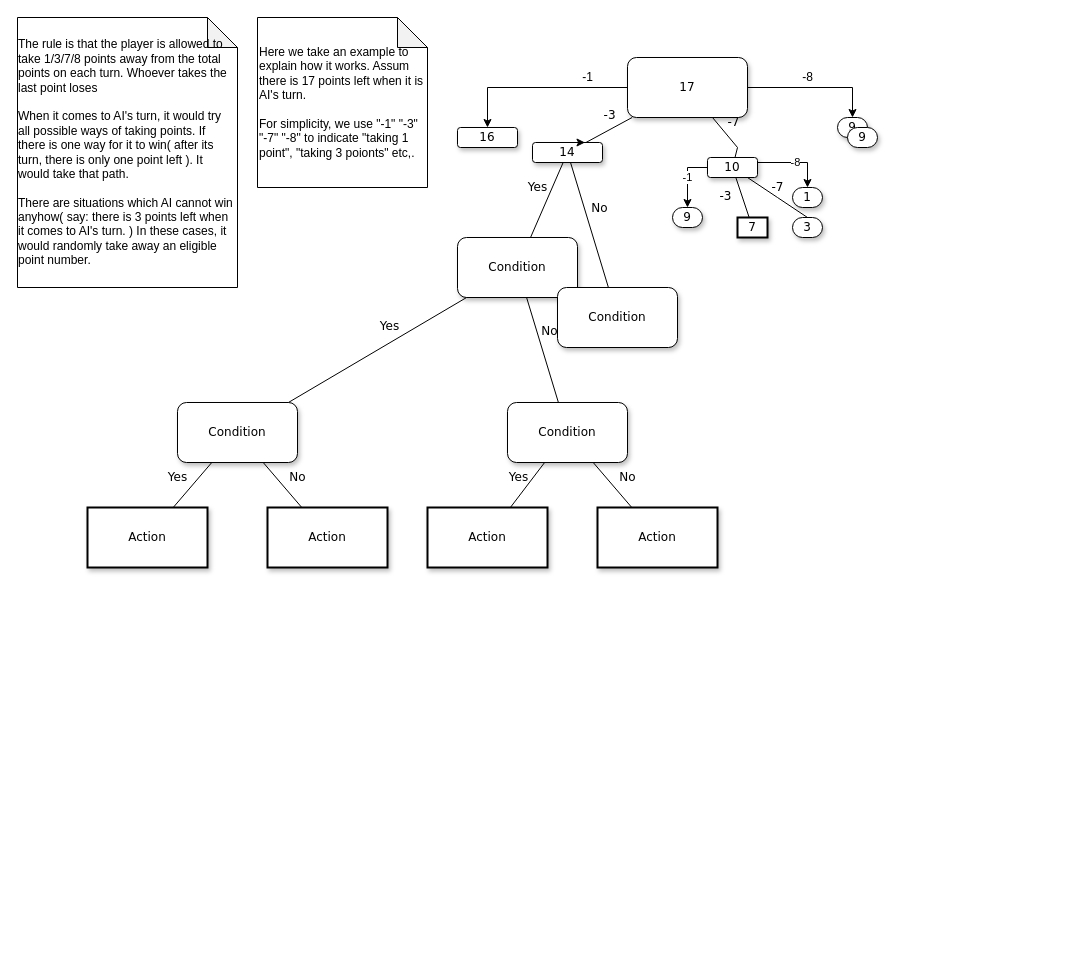
Above: Untitled Diagram.drawio in SabrinaWong0105/AI_minMax (draw.io), before the change. Source tidied: cells renumbered, new cells numbered last; positions are measured from the earlier drawing's top-left corner, leaving out a move shared by most shapes. Both pictures are drawn from the tidied source at 100%, with x=0, y=0 at pixel (17, 17).
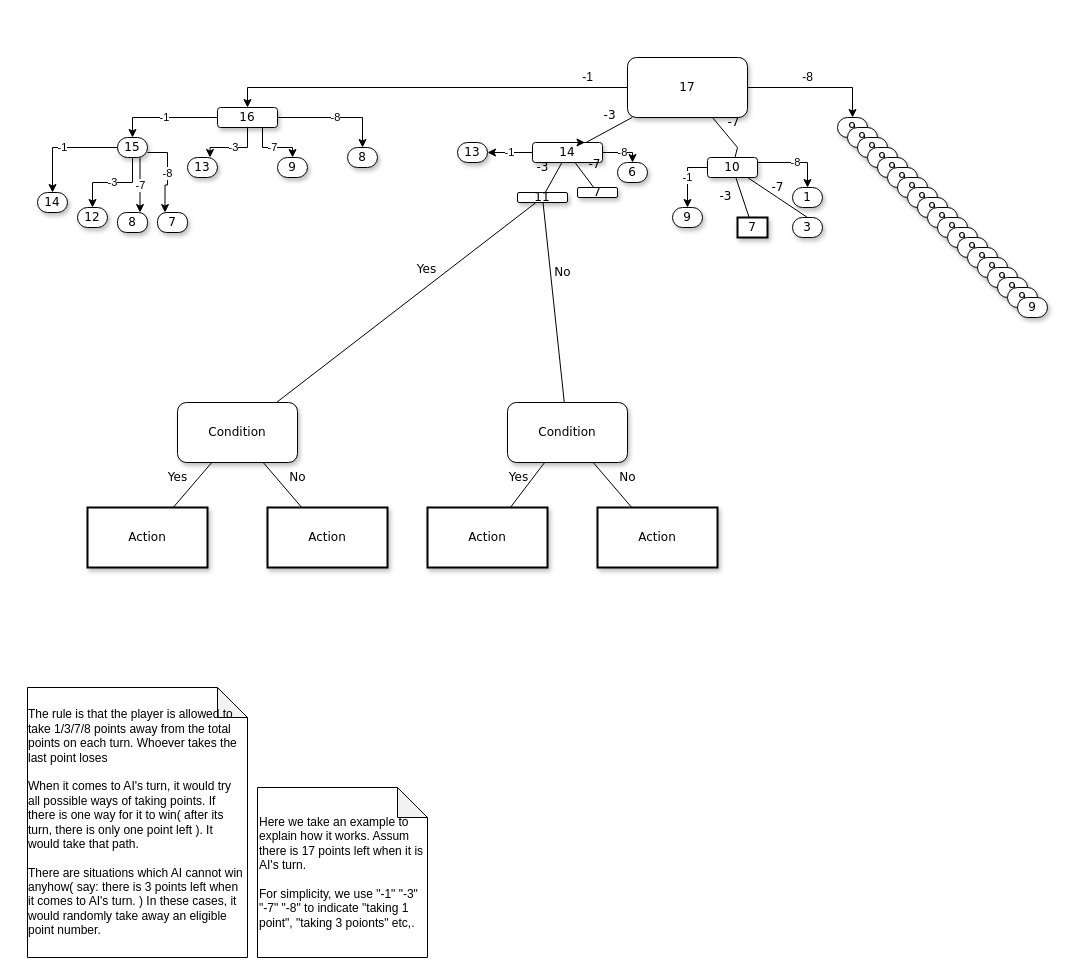
After the change.

Commit message:
part of a layer

Unchanged cells that the change refers to:
```xml
<mxCell id="5" value="&lt;span&gt;14&lt;/span&gt;" style="whiteSpace=wrap;html=1;rounded=1;shadow=1;labelBackgroundColor=none;strokeWidth=1;fontFamily=Verdana;fontSize=12;align=center;" parent="1" vertex="1">
  <mxGeometry x="515" y="125" width="70" height="20" as="geometry" />
</mxCell>
```

What changed in the source:
```diff
@@
+    <mxCell id="41" value="-8" style="edgeStyle=orthogonalEdgeStyle;rounded=0;jettySize=auto;html=1;exitX=1;exitY=0.5;exitDx=0;exitDy=0;entryX=0.5;entryY=0;entryDx=0;entryDy=0;" parent="1" edge="1" source="5" target="37">
+      <mxGeometry relative="1" as="geometry" />
+    </mxCell>
+    <mxCell id="42" value="-1" style="edgeStyle=orthogonalEdgeStyle;rounded=0;jettySize=auto;html=1;exitX=0;exitY=0.5;exitDx=0;exitDy=0;" parent="1" edge="1" source="5" target="59">
+      <mxGeometry relative="1" as="geometry" />
+    </mxCell>
@@
-    <mxCell id="11" value="&lt;span&gt;Condition&lt;/span&gt;" style="whiteSpace=wrap;html=1;rounded=1;shadow=1;labelBackgroundColor=none;strokeWidth=1;fontFamily=Verdana;fontSize=12;align=center;" parent="1" vertex="1">
-      <mxGeometry x="440" y="220" width="120" height="60" as="geometry" />
+    <mxCell id="11" value="&lt;span&gt;11&lt;/span&gt;" style="whiteSpace=wrap;html=1;rounded=1;shadow=1;labelBackgroundColor=none;strokeWidth=1;fontFamily=Verdana;fontSize=12;align=center;" parent="1" vertex="1">
+      <mxGeometry x="500" y="175" width="50" height="10" as="geometry" />
     </mxCell>
-    <mxCell id="12" value="&lt;span&gt;Condition&lt;/span&gt;" style="whiteSpace=wrap;html=1;rounded=1;shadow=1;labelBackgroundColor=none;strokeWidth=1;fontFamily=Verdana;fontSize=12;align=center;" parent="1" vertex="1">
-      <mxGeometry x="540" y="270" width="120" height="60" as="geometry" />
+    <mxCell id="12" value="&lt;span&gt;7&lt;/span&gt;" style="whiteSpace=wrap;html=1;rounded=1;shadow=1;labelBackgroundColor=none;strokeWidth=1;fontFamily=Verdana;fontSize=12;align=center;" parent="1" vertex="1">
+      <mxGeometry x="560" y="170" width="40" height="10" as="geometry" />
     </mxCell>
@@
-    <mxCell id="16" value="Yes" style="rounded=0;html=1;labelBackgroundColor=none;startArrow=none;startFill=0;startSize=5;endArrow=none;endFill=0;endSize=5;jettySize=auto;strokeWidth=1;fontFamily=Verdana;fontSize=12;" parent="1" edge="1" source="5" target="11">
+    <mxCell id="16" value="-3" style="rounded=0;html=1;labelBackgroundColor=none;startArrow=none;startFill=0;startSize=5;endArrow=none;endFill=0;endSize=5;jettySize=auto;strokeWidth=1;fontFamily=Verdana;fontSize=12;" parent="1" edge="1" source="5" target="11">
       <mxGeometry x="-0.2" y="-14" relative="1" as="geometry" />
     </mxCell>
-    <mxCell id="17" value="No" style="rounded=0;html=1;labelBackgroundColor=none;startArrow=none;startFill=0;startSize=5;endArrow=none;endFill=0;endSize=5;jettySize=auto;strokeWidth=1;fontFamily=Verdana;fontSize=12;" parent="1" edge="1" source="5" target="12">
+    <mxCell id="17" value="-7" style="rounded=0;html=1;labelBackgroundColor=none;startArrow=none;startFill=0;startSize=5;endArrow=none;endFill=0;endSize=5;jettySize=auto;strokeWidth=1;fontFamily=Verdana;fontSize=12;" parent="1" edge="1" source="5" target="12">
       <mxGeometry x="-0.2" y="14" relative="1" as="geometry" />
     </mxCell>
@@
     <mxCell id="30" value="&lt;div style=&quot;text-align: left;&quot;&gt;&lt;span style=&quot;background-color: initial;&quot;&gt;The rule is that the player is allowed to take 1/3/7/8 points away from the total points on each turn. Whoever takes the last point loses&lt;br&gt;&lt;br&gt;When it comes to AI's turn, it would try all possible ways of taking points. If there is one way for it to win( after its turn, there is only one point left ). It would take that path.&lt;br&gt;&lt;br&gt;There are situations which AI cannot win anyhow( say: there is 3 points left when it comes to AI's turn. ) In these cases, it would randomly take away an eligible point number.&amp;nbsp;&lt;/span&gt;&lt;/div&gt;" style="shape=note;whiteSpace=wrap;html=1;backgroundOutline=1;darkOpacity=0.05;" parent="1" vertex="1">
-      <mxGeometry width="220" height="270" as="geometry" />
+      <mxGeometry x="10" y="670" width="220" height="270" as="geometry" />
     </mxCell>
     <mxCell id="31" value="Here we take an example to explain how it works. Assum there is 17 points left when it is AI's turn.&lt;br&gt;&lt;br&gt;For simplicity, we use &quot;-1&quot; &quot;-3&quot; &quot;-7&quot; &quot;-8&quot; to indicate &quot;taking 1 point&quot;, &quot;taking 3 poionts&quot; etc,." style="shape=note;whiteSpace=wrap;html=1;backgroundOutline=1;darkOpacity=0.05;align=left;" parent="1" vertex="1">
-      <mxGeometry x="240" width="170" height="170" as="geometry" />
+      <mxGeometry x="240" y="770" width="170" height="170" as="geometry" />
     </mxCell>
+    <mxCell id="43" value="-1" style="edgeStyle=orthogonalEdgeStyle;rounded=0;jettySize=auto;html=1;exitX=0;exitY=0.5;exitDx=0;exitDy=0;" parent="1" edge="1" source="32" target="71">
+      <mxGeometry relative="1" as="geometry" />
+    </mxCell>
+    <mxCell id="44" value="-3" style="edgeStyle=orthogonalEdgeStyle;rounded=0;jettySize=auto;html=1;exitX=0.5;exitY=1;exitDx=0;exitDy=0;entryX=0.75;entryY=0;entryDx=0;entryDy=0;" parent="1" edge="1" source="32" target="72">
+      <mxGeometry relative="1" as="geometry" />
+    </mxCell>
+    <mxCell id="45" value="-7" style="edgeStyle=orthogonalEdgeStyle;rounded=0;jettySize=auto;html=1;exitX=0.75;exitY=1;exitDx=0;exitDy=0;entryX=0.5;entryY=0;entryDx=0;entryDy=0;" parent="1" edge="1" source="32" target="73">
+      <mxGeometry relative="1" as="geometry" />
+    </mxCell>
+    <mxCell id="46" value="-8" style="edgeStyle=orthogonalEdgeStyle;rounded=0;jettySize=auto;html=1;exitX=1;exitY=0.5;exitDx=0;exitDy=0;entryX=0.5;entryY=0;entryDx=0;entryDy=0;" parent="1" edge="1" source="32" target="74">
+      <mxGeometry relative="1" as="geometry" />
+    </mxCell>
     <mxCell id="32" value="&lt;span&gt;16&lt;/span&gt;" style="whiteSpace=wrap;html=1;rounded=1;shadow=1;labelBackgroundColor=none;strokeWidth=1;fontFamily=Verdana;fontSize=12;align=center;" parent="1" vertex="1">
-      <mxGeometry x="440" y="110" width="60" height="20" as="geometry" />
+      <mxGeometry x="200" y="90" width="60" height="20" as="geometry" />
     </mxCell>
@@
-    <mxCell id="37" value="&lt;span&gt;9&lt;/span&gt;" style="whiteSpace=wrap;html=1;rounded=1;shadow=1;labelBackgroundColor=none;strokeWidth=1;fontFamily=Verdana;fontSize=12;align=center;arcSize=50;" parent="1" vertex="1">
-      <mxGeometry x="830" y="110" width="30" height="20" as="geometry" />
+    <mxCell id="37" value="&lt;span&gt;6&lt;/span&gt;" style="whiteSpace=wrap;html=1;rounded=1;shadow=1;labelBackgroundColor=none;strokeWidth=1;fontFamily=Verdana;fontSize=12;align=center;arcSize=50;" parent="1" vertex="1">
+      <mxGeometry x="600" y="145" width="30" height="20" as="geometry" />
     </mxCell>
@@
+    <mxCell id="47" value="&lt;span&gt;9&lt;/span&gt;" style="whiteSpace=wrap;html=1;rounded=1;shadow=1;labelBackgroundColor=none;strokeWidth=1;fontFamily=Verdana;fontSize=12;align=center;arcSize=50;" parent="1" vertex="1">
+      <mxGeometry x="830" y="110" width="30" height="20" as="geometry" />
+    </mxCell>
+    <mxCell id="48" value="&lt;span&gt;9&lt;/span&gt;" style="whiteSpace=wrap;html=1;rounded=1;shadow=1;labelBackgroundColor=none;strokeWidth=1;fontFamily=Verdana;fontSize=12;align=center;arcSize=50;" parent="1" vertex="1">
+      <mxGeometry x="840" y="120" width="30" height="20" as="geometry" />
+    </mxCell>
+    <mxCell id="49" value="&lt;span&gt;9&lt;/span&gt;" style="whiteSpace=wrap;html=1;rounded=1;shadow=1;labelBackgroundColor=none;strokeWidth=1;fontFamily=Verdana;fontSize=12;align=center;arcSize=50;" parent="1" vertex="1">
+      <mxGeometry x="850" y="130" width="30" height="20" as="geometry" />
+    </mxCell>
+    <mxCell id="50" value="&lt;span&gt;9&lt;/span&gt;" style="whiteSpace=wrap;html=1;rounded=1;shadow=1;labelBackgroundColor=none;strokeWidth=1;fontFamily=Verdana;fontSize=12;align=center;arcSize=50;" parent="1" vertex="1">
+      <mxGeometry x="860" y="140" width="30" height="20" as="geometry" />
+    </mxCell>
+    <mxCell id="51" value="&lt;span&gt;9&lt;/span&gt;" style="whiteSpace=wrap;html=1;rounded=1;shadow=1;labelBackgroundColor=none;strokeWidth=1;fontFamily=Verdana;fontSize=12;align=center;arcSize=50;" parent="1" vertex="1">
+      <mxGeometry x="870" y="150" width="30" height="20" as="geometry" />
+    </mxCell>
+    <mxCell id="52" value="&lt;span&gt;9&lt;/span&gt;" style="whiteSpace=wrap;html=1;rounded=1;shadow=1;labelBackgroundColor=none;strokeWidth=1;fontFamily=Verdana;fontSize=12;align=center;arcSize=50;" parent="1" vertex="1">
+      <mxGeometry x="880" y="160" width="30" height="20" as="geometry" />
+    </mxCell>
+    <mxCell id="53" value="&lt;span&gt;9&lt;/span&gt;" style="whiteSpace=wrap;html=1;rounded=1;shadow=1;labelBackgroundColor=none;strokeWidth=1;fontFamily=Verdana;fontSize=12;align=center;arcSize=50;" parent="1" vertex="1">
+      <mxGeometry x="890" y="170" width="30" height="20" as="geometry" />
+    </mxCell>
+    <mxCell id="54" value="&lt;span&gt;9&lt;/span&gt;" style="whiteSpace=wrap;html=1;rounded=1;shadow=1;labelBackgroundColor=none;strokeWidth=1;fontFamily=Verdana;fontSize=12;align=center;arcSize=50;" parent="1" vertex="1">
+      <mxGeometry x="900" y="180" width="30" height="20" as="geometry" />
+    </mxCell>
+    <mxCell id="55" value="&lt;span&gt;9&lt;/span&gt;" style="whiteSpace=wrap;html=1;rounded=1;shadow=1;labelBackgroundColor=none;strokeWidth=1;fontFamily=Verdana;fontSize=12;align=center;arcSize=50;" parent="1" vertex="1">
+      <mxGeometry x="910" y="190" width="30" height="20" as="geometry" />
+    </mxCell>
+    <mxCell id="56" value="&lt;span&gt;9&lt;/span&gt;" style="whiteSpace=wrap;html=1;rounded=1;shadow=1;labelBackgroundColor=none;strokeWidth=1;fontFamily=Verdana;fontSize=12;align=center;arcSize=50;" parent="1" vertex="1">
+      <mxGeometry x="920" y="200" width="30" height="20" as="geometry" />
+    </mxCell>
+    <mxCell id="57" value="&lt;span&gt;9&lt;/span&gt;" style="whiteSpace=wrap;html=1;rounded=1;shadow=1;labelBackgroundColor=none;strokeWidth=1;fontFamily=Verdana;fontSize=12;align=center;arcSize=50;" parent="1" vertex="1">
+      <mxGeometry x="930" y="210" width="30" height="20" as="geometry" />
+    </mxCell>
+    <mxCell id="58" value="&lt;span&gt;9&lt;/span&gt;" style="whiteSpace=wrap;html=1;rounded=1;shadow=1;labelBackgroundColor=none;strokeWidth=1;fontFamily=Verdana;fontSize=12;align=center;arcSize=50;" parent="1" vertex="1">
+      <mxGeometry x="940" y="220" width="30" height="20" as="geometry" />
+    </mxCell>
+    <mxCell id="59" value="&lt;span&gt;13&lt;/span&gt;" style="whiteSpace=wrap;html=1;rounded=1;shadow=1;labelBackgroundColor=none;strokeWidth=1;fontFamily=Verdana;fontSize=12;align=center;arcSize=50;" parent="1" vertex="1">
+      <mxGeometry x="440" y="125" width="30" height="20" as="geometry" />
+    </mxCell>
+    <mxCell id="60" value="&lt;span&gt;9&lt;/span&gt;" style="whiteSpace=wrap;html=1;rounded=1;shadow=1;labelBackgroundColor=none;strokeWidth=1;fontFamily=Verdana;fontSize=12;align=center;arcSize=50;" parent="1" vertex="1">
+      <mxGeometry x="950" y="230" width="30" height="20" as="geometry" />
+    </mxCell>
+    <mxCell id="61" value="&lt;span&gt;9&lt;/span&gt;" style="whiteSpace=wrap;html=1;rounded=1;shadow=1;labelBackgroundColor=none;strokeWidth=1;fontFamily=Verdana;fontSize=12;align=center;arcSize=50;" parent="1" vertex="1">
+      <mxGeometry x="960" y="240" width="30" height="20" as="geometry" />
+    </mxCell>
+    <mxCell id="62" value="&lt;span&gt;9&lt;/span&gt;" style="whiteSpace=wrap;html=1;rounded=1;shadow=1;labelBackgroundColor=none;strokeWidth=1;fontFamily=Verdana;fontSize=12;align=center;arcSize=50;" parent="1" vertex="1">
+      <mxGeometry x="970" y="250" width="30" height="20" as="geometry" />
+    </mxCell>
+    <mxCell id="63" value="&lt;span&gt;9&lt;/span&gt;" style="whiteSpace=wrap;html=1;rounded=1;shadow=1;labelBackgroundColor=none;strokeWidth=1;fontFamily=Verdana;fontSize=12;align=center;arcSize=50;" parent="1" vertex="1">
+      <mxGeometry x="980" y="260" width="30" height="20" as="geometry" />
+    </mxCell>
+    <mxCell id="64" value="&lt;span&gt;9&lt;/span&gt;" style="whiteSpace=wrap;html=1;rounded=1;shadow=1;labelBackgroundColor=none;strokeWidth=1;fontFamily=Verdana;fontSize=12;align=center;arcSize=50;" parent="1" vertex="1">
+      <mxGeometry x="990" y="270" width="30" height="20" as="geometry" />
+    </mxCell>
+    <mxCell id="65" value="&lt;span&gt;9&lt;/span&gt;" style="whiteSpace=wrap;html=1;rounded=1;shadow=1;labelBackgroundColor=none;strokeWidth=1;fontFamily=Verdana;fontSize=12;align=center;arcSize=50;" parent="1" vertex="1">
+      <mxGeometry x="1000" y="280" width="30" height="20" as="geometry" />
+    </mxCell>
+    <mxCell id="66" value="&lt;span&gt;14&lt;/span&gt;" style="whiteSpace=wrap;html=1;rounded=1;shadow=1;labelBackgroundColor=none;strokeWidth=1;fontFamily=Verdana;fontSize=12;align=center;arcSize=50;" parent="1" vertex="1">
+      <mxGeometry x="20" y="175" width="30" height="20" as="geometry" />
+    </mxCell>
+    <mxCell id="67" value="-1" style="edgeStyle=orthogonalEdgeStyle;rounded=0;jettySize=auto;html=1;exitX=0;exitY=0.5;exitDx=0;exitDy=0;entryX=0.5;entryY=0;entryDx=0;entryDy=0;" parent="1" edge="1" source="71" target="66">
+      <mxGeometry relative="1" as="geometry" />
+    </mxCell>
+    <mxCell id="68" value="-3" style="edgeStyle=orthogonalEdgeStyle;rounded=0;jettySize=auto;html=1;exitX=0.5;exitY=1;exitDx=0;exitDy=0;entryX=0.5;entryY=0;entryDx=0;entryDy=0;" parent="1" edge="1" source="71" target="75">
+      <mxGeometry relative="1" as="geometry" />
+    </mxCell>
+    <mxCell id="69" value="-7" style="edgeStyle=orthogonalEdgeStyle;rounded=0;jettySize=auto;html=1;exitX=0.75;exitY=1;exitDx=0;exitDy=0;entryX=0.75;entryY=0;entryDx=0;entryDy=0;" parent="1" edge="1" source="71" target="76">
+      <mxGeometry relative="1" as="geometry" />
+    </mxCell>
+    <mxCell id="70" value="-8" style="edgeStyle=orthogonalEdgeStyle;rounded=0;jettySize=auto;html=1;exitX=1;exitY=0.75;exitDx=0;exitDy=0;entryX=0.25;entryY=0;entryDx=0;entryDy=0;" parent="1" edge="1" source="71" target="77">
+      <mxGeometry relative="1" as="geometry" />
+    </mxCell>
+    <mxCell id="71" value="&lt;span&gt;15&lt;/span&gt;" style="whiteSpace=wrap;html=1;rounded=1;shadow=1;labelBackgroundColor=none;strokeWidth=1;fontFamily=Verdana;fontSize=12;align=center;arcSize=50;" parent="1" vertex="1">
+      <mxGeometry x="100" y="120" width="30" height="20" as="geometry" />
+    </mxCell>
+    <mxCell id="72" value="&lt;span&gt;13&lt;/span&gt;" style="whiteSpace=wrap;html=1;rounded=1;shadow=1;labelBackgroundColor=none;strokeWidth=1;fontFamily=Verdana;fontSize=12;align=center;arcSize=50;" parent="1" vertex="1">
+      <mxGeometry x="170" y="140" width="30" height="20" as="geometry" />
+    </mxCell>
+    <mxCell id="73" value="&lt;span&gt;9&lt;/span&gt;" style="whiteSpace=wrap;html=1;rounded=1;shadow=1;labelBackgroundColor=none;strokeWidth=1;fontFamily=Verdana;fontSize=12;align=center;arcSize=50;" parent="1" vertex="1">
+      <mxGeometry x="260" y="140" width="30" height="20" as="geometry" />
+    </mxCell>
+    <mxCell id="74" value="&lt;span&gt;8&lt;/span&gt;" style="whiteSpace=wrap;html=1;rounded=1;shadow=1;labelBackgroundColor=none;strokeWidth=1;fontFamily=Verdana;fontSize=12;align=center;arcSize=50;" parent="1" vertex="1">
+      <mxGeometry x="330" y="130" width="30" height="20" as="geometry" />
+    </mxCell>
+    <mxCell id="75" value="&lt;span&gt;12&lt;/span&gt;" style="whiteSpace=wrap;html=1;rounded=1;shadow=1;labelBackgroundColor=none;strokeWidth=1;fontFamily=Verdana;fontSize=12;align=center;arcSize=50;" parent="1" vertex="1">
+      <mxGeometry x="60" y="190" width="30" height="20" as="geometry" />
+    </mxCell>
+    <mxCell id="76" value="&lt;span&gt;8&lt;/span&gt;" style="whiteSpace=wrap;html=1;rounded=1;shadow=1;labelBackgroundColor=none;strokeWidth=1;fontFamily=Verdana;fontSize=12;align=center;arcSize=45;" parent="1" vertex="1">
+      <mxGeometry x="100" y="195" width="30" height="20" as="geometry" />
+    </mxCell>
+    <mxCell id="77" value="&lt;span&gt;7&lt;/span&gt;" style="whiteSpace=wrap;html=1;rounded=1;shadow=1;labelBackgroundColor=none;strokeWidth=1;fontFamily=Verdana;fontSize=12;align=center;arcSize=45;" parent="1" vertex="1">
+      <mxGeometry x="140" y="195" width="30" height="20" as="geometry" />
+    </mxCell>
```
